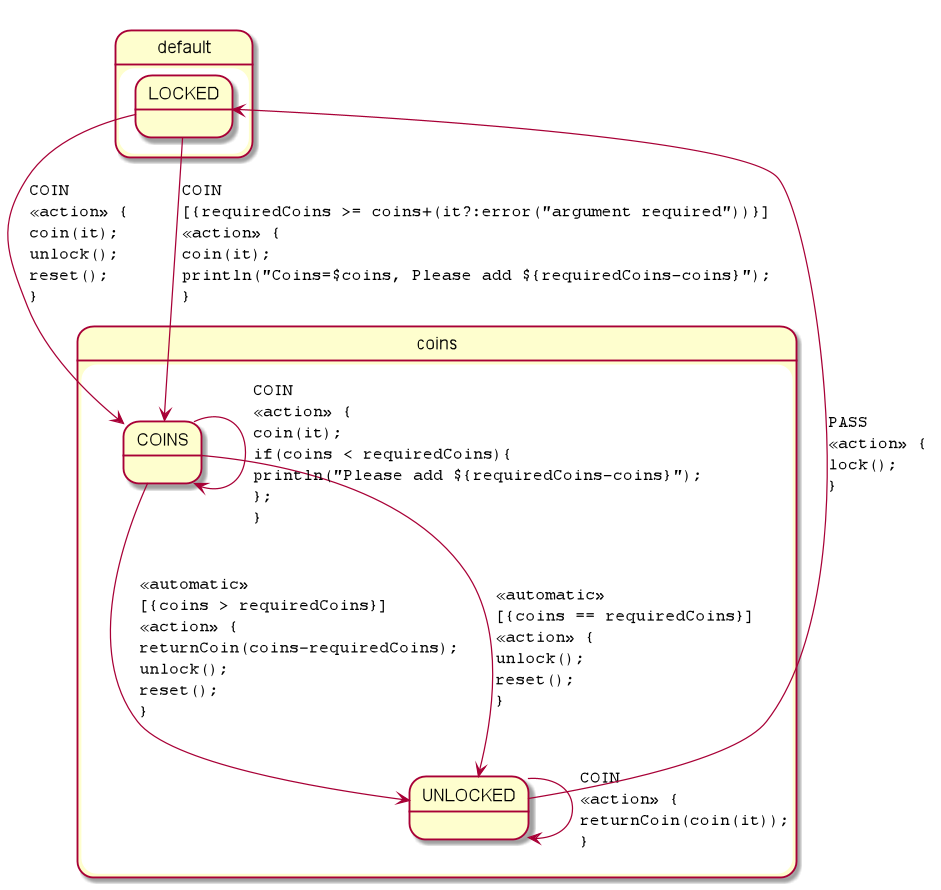
The PlantUML diagram paying_turnstile-parsed.png in open-jumpco/kfsm-viz, before a commit.
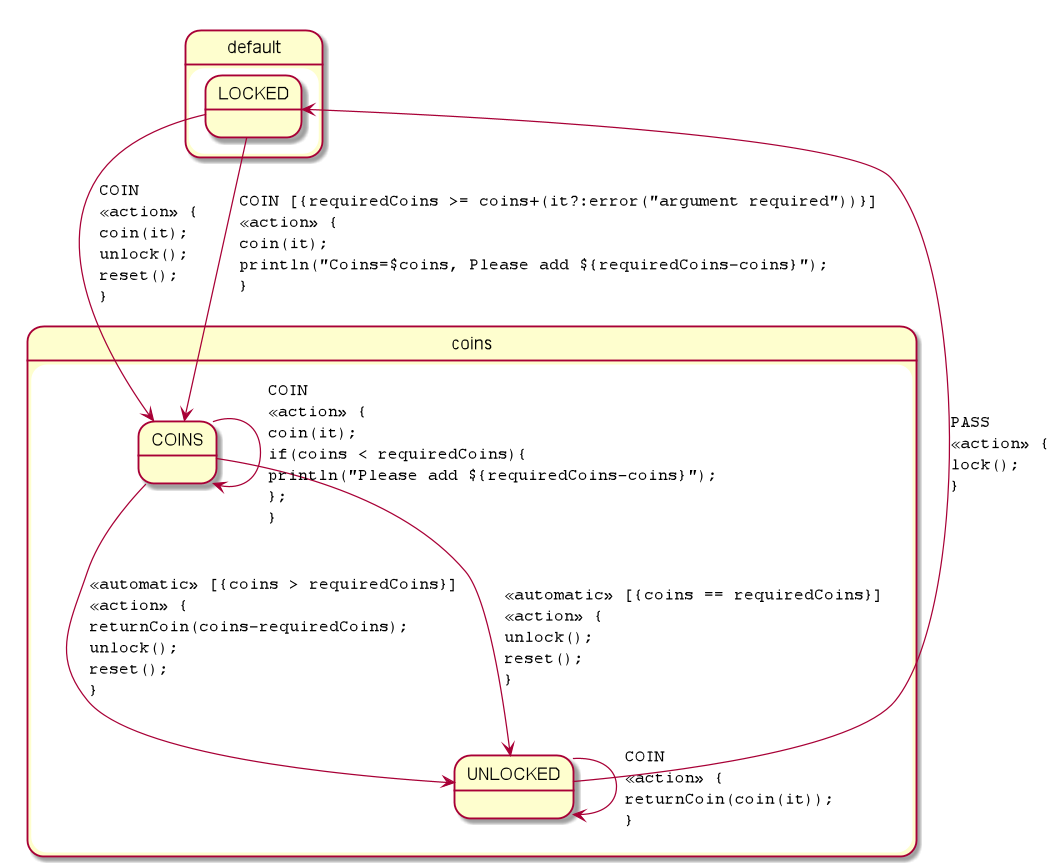
The same file after the commit.

Diff of the diagram source:
```diff
@@ -2,13 +2,13 @@
 skinparam StateFontName Helvetica
 skinparam defaultFontName Monospaced
 state coins {
-COINS --> UNLOCKED : <<automatic>>\l[{coins > requiredCoins}]\l<<action>> {\lreturnCoin(coins-requiredCoins);\lunlock();\lreset();\l}
-COINS --> UNLOCKED : <<automatic>>\l[{coins == requiredCoins}]\l<<action>> {\lunlock();\lreset();\l}
+COINS --> UNLOCKED : <<automatic>> [{coins > requiredCoins}]\l<<action>> {\lreturnCoin(coins-requiredCoins);\lunlock();\lreset();\l}
+COINS --> UNLOCKED : <<automatic>> [{coins == requiredCoins}]\l<<action>> {\lunlock();\lreset();\l}
 COINS --> COINS : COIN\l<<action>> {\lcoin(it);\lif(coins < requiredCoins){\lprintln("Please add ${requiredCoins-coins}");\l};\l}
 }
 state default {
 LOCKED --> COINS : COIN\l<<action>> {\lcoin(it);\lunlock();\lreset();\l}
-LOCKED --> COINS : COIN\l[{requiredCoins >= coins+(it?:error("argument required"))}]\l<<action>> {\lcoin(it);\lprintln("Coins=$coins, Please add ${requiredCoins-coins}");\l}
+LOCKED --> COINS : COIN [{requiredCoins >= coins+(it?:error("argument required"))}]\l<<action>> {\lcoin(it);\lprintln("Coins=$coins, Please add ${requiredCoins-coins}");\l}
 UNLOCKED --> UNLOCKED : COIN\l<<action>> {\lreturnCoin(coin(it));\l}
 UNLOCKED --> LOCKED : PASS\l<<action>> {\llock();\l}
 }
```
